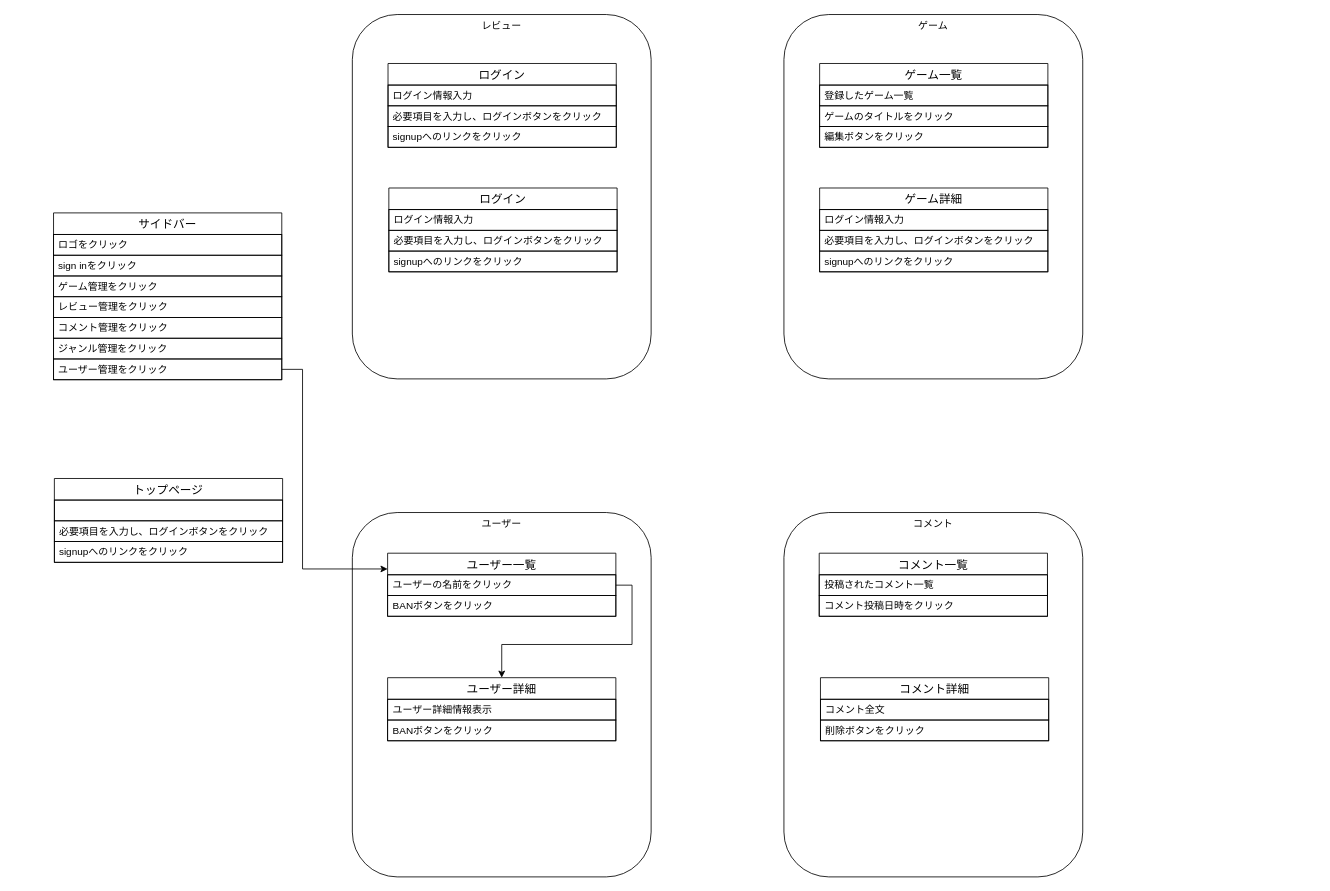
Before: GRG_admin.drawio in kuropAqn/grg, a draw.io diagram. Source tidied: cells renumbered, new cells numbered last; positions are measured from the earlier drawing's top-left corner, leaving out a move shared by most shapes. Both pictures are drawn from the tidied source at 83%, with x=0, y=0 at pixel (53, 14).
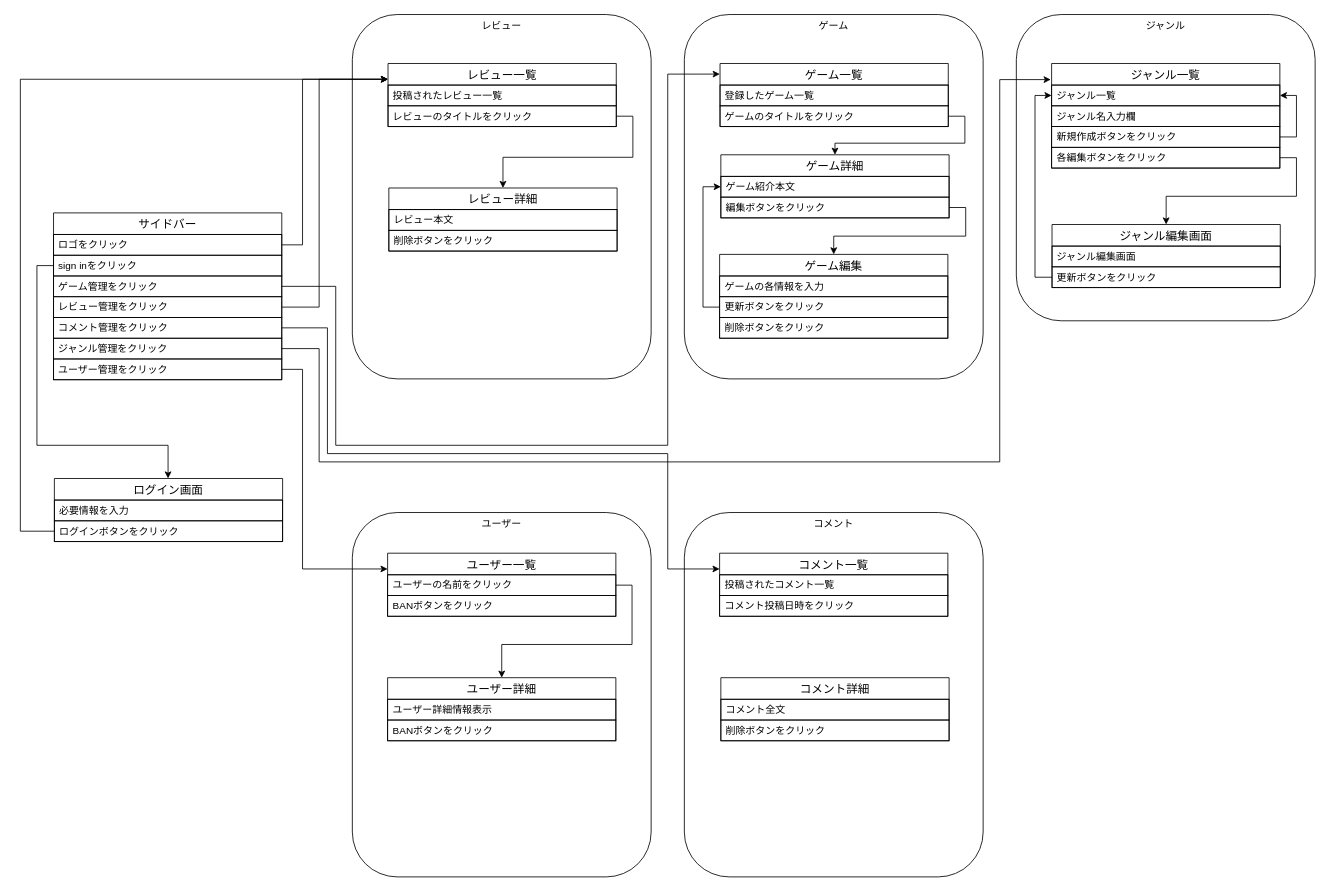
After the change.

Commit message (it also covers changes not shown here):
GRG_admin.drawio を更新します

Unchanged cells that the change refers to:
```xml
<mxCell id="3" value="ロゴをクリック" style="text;strokeColor=default;fillColor=none;spacingLeft=4;spacingRight=4;overflow=hidden;points=[[0,0.5],[1,0.5]];portConstraint=eastwest;fontSize=12;whiteSpace=wrap;html=1;verticalAlign=middle;align=left;" parent="2" vertex="1">
  <mxGeometry y="26" width="275" height="25" as="geometry" />
</mxCell>
<mxCell id="4" value="sign inをクリック" style="text;strokeColor=default;fillColor=none;spacingLeft=4;spacingRight=4;overflow=hidden;points=[[0,0.5],[1,0.5]];portConstraint=eastwest;fontSize=12;whiteSpace=wrap;html=1;verticalAlign=middle;align=left;" parent="2" vertex="1">
  <mxGeometry y="51" width="275" height="25" as="geometry" />
</mxCell>
<mxCell id="5" value="ゲーム管理をクリック" style="text;strokeColor=default;fillColor=none;spacingLeft=4;spacingRight=4;overflow=hidden;points=[[0,0.5],[1,0.5]];portConstraint=eastwest;fontSize=12;whiteSpace=wrap;html=1;verticalAlign=middle;align=left;" parent="2" vertex="1">
  <mxGeometry y="76" width="275" height="25" as="geometry" />
</mxCell>
<mxCell id="6" value="レビュー管理をクリック" style="text;strokeColor=default;fillColor=none;spacingLeft=4;spacingRight=4;overflow=hidden;points=[[0,0.5],[1,0.5]];portConstraint=eastwest;fontSize=12;whiteSpace=wrap;html=1;verticalAlign=middle;align=left;" parent="2" vertex="1">
  <mxGeometry y="101" width="275" height="25" as="geometry" />
</mxCell>
<mxCell id="7" value="コメント管理をクリック" style="text;strokeColor=default;fillColor=none;spacingLeft=4;spacingRight=4;overflow=hidden;points=[[0,0.5],[1,0.5]];portConstraint=eastwest;fontSize=12;whiteSpace=wrap;html=1;verticalAlign=middle;align=left;" parent="2" vertex="1">
  <mxGeometry y="126" width="275" height="25" as="geometry" />
</mxCell>
<mxCell id="8" value="ジャンル管理をクリック" style="text;strokeColor=default;fillColor=none;spacingLeft=4;spacingRight=4;overflow=hidden;points=[[0,0.5],[1,0.5]];portConstraint=eastwest;fontSize=12;whiteSpace=wrap;html=1;verticalAlign=middle;align=left;" parent="2" vertex="1">
  <mxGeometry y="151" width="275" height="25" as="geometry" />
</mxCell>
<mxCell id="32" value="ゲームのタイトルをクリック" style="text;strokeColor=default;fillColor=none;spacingLeft=4;spacingRight=4;overflow=hidden;points=[[0,0.5],[1,0.5]];portConstraint=eastwest;fontSize=12;whiteSpace=wrap;html=1;verticalAlign=middle;align=left;" parent="30" vertex="1">
  <mxGeometry y="51" width="275" height="25" as="geometry" />
</mxCell>
```

Change to the diagram source:
```diff
@@
     <mxCell id="11" value="コメント" style="rounded=1;whiteSpace=wrap;html=1;verticalAlign=top;" parent="1" vertex="1">
-      <mxGeometry x="880" y="600" width="360" height="439" as="geometry" />
+      <mxGeometry x="760" y="600" width="360" height="439" as="geometry" />
     </mxCell>
@@
     <mxCell id="13" value="ゲーム" style="rounded=1;whiteSpace=wrap;html=1;verticalAlign=top;" parent="1" vertex="1">
-      <mxGeometry x="880" width="360" height="439" as="geometry" />
+      <mxGeometry x="760" width="360" height="439" as="geometry" />
     </mxCell>
@@
-    <mxCell id="20" value="ログイン" style="swimlane;fontStyle=0;horizontal=1;startSize=26;align=center;fontSize=14;" parent="1" vertex="1">
-      <mxGeometry x="403" y="59" width="275" height="101" as="geometry" />
+    <mxCell id="20" value="レビュー一覧" style="swimlane;fontStyle=0;horizontal=1;startSize=26;align=center;fontSize=14;" parent="1" vertex="1">
+      <mxGeometry x="403" y="59" width="275" height="76" as="geometry" />
     </mxCell>
-    <mxCell id="21" value="ログイン情報入力" style="text;strokeColor=default;fillColor=none;spacingLeft=4;spacingRight=4;overflow=hidden;fontSize=12;whiteSpace=wrap;html=1;verticalAlign=middle;align=left;" parent="20" vertex="1">
+    <mxCell id="21" value="投稿されたレビュー一覧" style="text;strokeColor=default;fillColor=none;spacingLeft=4;spacingRight=4;overflow=hidden;fontSize=12;whiteSpace=wrap;html=1;verticalAlign=middle;align=left;" parent="20" vertex="1">
       <mxGeometry y="26" width="275" height="25" as="geometry" />
     </mxCell>
-    <mxCell id="22" value="必要項目を入力し、ログインボタンをクリック" style="text;strokeColor=default;fillColor=none;spacingLeft=4;spacingRight=4;overflow=hidden;points=[[0,0.5],[1,0.5]];portConstraint=eastwest;fontSize=12;whiteSpace=wrap;html=1;verticalAlign=middle;align=left;" parent="20" vertex="1">
+    <mxCell id="22" value="レビューのタイトルをクリック" style="text;strokeColor=default;fillColor=none;spacingLeft=4;spacingRight=4;overflow=hidden;points=[[0,0.5],[1,0.5]];portConstraint=eastwest;fontSize=12;whiteSpace=wrap;html=1;verticalAlign=middle;align=left;" parent="20" vertex="1">
       <mxGeometry y="51" width="275" height="25" as="geometry" />
     </mxCell>
-    <mxCell id="23" value="signupへのリンクをクリック" style="text;strokeColor=default;fillColor=none;spacingLeft=4;spacingRight=4;overflow=hidden;fontSize=12;whiteSpace=wrap;html=1;verticalAlign=middle;align=left;" parent="20" vertex="1">
-      <mxGeometry y="76" width="275" height="25" as="geometry" />
-    </mxCell>
-    <mxCell id="24" value="ログイン" style="swimlane;fontStyle=0;horizontal=1;startSize=26;align=center;fontSize=14;" parent="1" vertex="1">
-      <mxGeometry x="404" y="209" width="275" height="101" as="geometry" />
+    <mxCell id="24" value="レビュー詳細" style="swimlane;fontStyle=0;horizontal=1;startSize=26;align=center;fontSize=14;" parent="1" vertex="1">
+      <mxGeometry x="404" y="209" width="275" height="76" as="geometry" />
     </mxCell>
-    <mxCell id="25" value="ログイン情報入力" style="text;strokeColor=default;fillColor=none;spacingLeft=4;spacingRight=4;overflow=hidden;fontSize=12;whiteSpace=wrap;html=1;verticalAlign=middle;align=left;" parent="24" vertex="1">
+    <mxCell id="25" value="レビュー本文" style="text;strokeColor=default;fillColor=none;spacingLeft=4;spacingRight=4;overflow=hidden;fontSize=12;whiteSpace=wrap;html=1;verticalAlign=middle;align=left;" parent="24" vertex="1">
       <mxGeometry y="26" width="275" height="25" as="geometry" />
     </mxCell>
-    <mxCell id="26" value="必要項目を入力し、ログインボタンをクリック" style="text;strokeColor=default;fillColor=none;spacingLeft=4;spacingRight=4;overflow=hidden;fontSize=12;whiteSpace=wrap;html=1;verticalAlign=middle;align=left;" parent="24" vertex="1">
+    <mxCell id="26" value="削除ボタンをクリック" style="text;strokeColor=default;fillColor=none;spacingLeft=4;spacingRight=4;overflow=hidden;fontSize=12;whiteSpace=wrap;html=1;verticalAlign=middle;align=left;" parent="24" vertex="1">
       <mxGeometry y="51" width="275" height="25" as="geometry" />
     </mxCell>
-    <mxCell id="27" value="signupへのリンクをクリック" style="text;strokeColor=default;fillColor=none;spacingLeft=4;spacingRight=4;overflow=hidden;fontSize=12;whiteSpace=wrap;html=1;verticalAlign=middle;align=left;" parent="24" vertex="1">
-      <mxGeometry y="76" width="275" height="25" as="geometry" />
-    </mxCell>
@@
     <mxCell id="30" value="ゲーム一覧" style="swimlane;fontStyle=0;horizontal=1;startSize=26;align=center;fontSize=14;" parent="1" vertex="1">
-      <mxGeometry x="923" y="59" width="275" height="101" as="geometry" />
+      <mxGeometry x="803" y="59" width="275" height="76" as="geometry" />
     </mxCell>
@@
-    <mxCell id="33" value="編集ボタンをクリック" style="text;strokeColor=default;fillColor=none;spacingLeft=4;spacingRight=4;overflow=hidden;fontSize=12;whiteSpace=wrap;html=1;verticalAlign=middle;align=left;" parent="30" vertex="1">
-      <mxGeometry y="76" width="275" height="25" as="geometry" />
-    </mxCell>
     <mxCell id="34" value="ゲーム詳細" style="swimlane;fontStyle=0;horizontal=1;startSize=26;align=center;fontSize=14;" parent="1" vertex="1">
-      <mxGeometry x="923" y="209" width="275" height="101" as="geometry" />
+      <mxGeometry x="804" y="169" width="275" height="76" as="geometry" />
     </mxCell>
-    <mxCell id="35" value="ログイン情報入力" style="text;strokeColor=default;fillColor=none;spacingLeft=4;spacingRight=4;overflow=hidden;points=[[0,0.5],[1,0.5]];portConstraint=eastwest;fontSize=12;whiteSpace=wrap;html=1;verticalAlign=middle;align=left;" parent="34" vertex="1">
+    <mxCell id="35" value="ゲーム紹介本文" style="text;strokeColor=default;fillColor=none;spacingLeft=4;spacingRight=4;overflow=hidden;points=[[0,0.5],[1,0.5]];portConstraint=eastwest;fontSize=12;whiteSpace=wrap;html=1;verticalAlign=middle;align=left;" parent="34" vertex="1">
       <mxGeometry y="26" width="275" height="25" as="geometry" />
     </mxCell>
-    <mxCell id="36" value="必要項目を入力し、ログインボタンをクリック" style="text;strokeColor=default;fillColor=none;spacingLeft=4;spacingRight=4;overflow=hidden;points=[[0,0.5],[1,0.5]];portConstraint=eastwest;fontSize=12;whiteSpace=wrap;html=1;verticalAlign=middle;align=left;" parent="34" vertex="1">
+    <mxCell id="36" value="編集ボタンをクリック" style="text;strokeColor=default;fillColor=none;spacingLeft=4;spacingRight=4;overflow=hidden;points=[[0,0.5],[1,0.5]];portConstraint=eastwest;fontSize=12;whiteSpace=wrap;html=1;verticalAlign=middle;align=left;" parent="34" vertex="1">
       <mxGeometry y="51" width="275" height="25" as="geometry" />
     </mxCell>
-    <mxCell id="37" value="signupへのリンクをクリック" style="text;strokeColor=default;fillColor=none;spacingLeft=4;spacingRight=4;overflow=hidden;fontSize=12;whiteSpace=wrap;html=1;verticalAlign=middle;align=left;" parent="34" vertex="1">
-      <mxGeometry y="76" width="275" height="25" as="geometry" />
-    </mxCell>
-    <mxCell id="38" value="トップページ" style="swimlane;fontStyle=0;horizontal=1;startSize=26;align=center;fontSize=14;" parent="1" vertex="1">
-      <mxGeometry x="1" y="559" width="275" height="101" as="geometry" />
+    <mxCell id="38" value="ログイン画面" style="swimlane;fontStyle=0;horizontal=1;startSize=26;align=center;fontSize=14;" parent="1" vertex="1">
+      <mxGeometry x="1" y="559" width="275" height="76" as="geometry" />
     </mxCell>
-    <mxCell id="39" style="text;strokeColor=default;fillColor=none;spacingLeft=4;spacingRight=4;overflow=hidden;fontSize=12;whiteSpace=wrap;html=1;verticalAlign=middle;align=left;" parent="38" vertex="1">
+    <mxCell id="39" value="必要情報を入力" style="text;strokeColor=default;fillColor=none;spacingLeft=4;spacingRight=4;overflow=hidden;fontSize=12;whiteSpace=wrap;html=1;verticalAlign=middle;align=left;" parent="38" vertex="1">
       <mxGeometry y="26" width="275" height="25" as="geometry" />
     </mxCell>
-    <mxCell id="40" value="必要項目を入力し、ログインボタンをクリック" style="text;strokeColor=default;fillColor=none;spacingLeft=4;spacingRight=4;overflow=hidden;points=[[0,0.5],[1,0.5]];portConstraint=eastwest;fontSize=12;whiteSpace=wrap;html=1;verticalAlign=middle;align=left;" parent="38" vertex="1">
+    <mxCell id="40" value="ログインボタンをクリック" style="text;strokeColor=default;fillColor=none;spacingLeft=4;spacingRight=4;overflow=hidden;points=[[0,0.5],[1,0.5]];portConstraint=eastwest;fontSize=12;whiteSpace=wrap;html=1;verticalAlign=middle;align=left;" parent="38" vertex="1">
       <mxGeometry y="51" width="275" height="25" as="geometry" />
     </mxCell>
-    <mxCell id="41" value="signupへのリンクをクリック" style="text;strokeColor=default;fillColor=none;spacingLeft=4;spacingRight=4;overflow=hidden;fontSize=12;whiteSpace=wrap;html=1;verticalAlign=middle;align=left;" parent="38" vertex="1">
-      <mxGeometry y="76" width="275" height="25" as="geometry" />
-    </mxCell>
     <mxCell id="42" value="コメント一覧" style="swimlane;fontStyle=0;horizontal=1;startSize=26;align=center;fontSize=14;" parent="1" vertex="1">
-      <mxGeometry x="922.5" y="649" width="275" height="76" as="geometry" />
+      <mxGeometry x="802.5" y="649" width="275" height="76" as="geometry" />
     </mxCell>
@@
     <mxCell id="45" value="コメント詳細" style="swimlane;fontStyle=0;horizontal=1;startSize=26;align=center;fontSize=14;" parent="1" vertex="1">
-      <mxGeometry x="924" y="799" width="275" height="76" as="geometry" />
+      <mxGeometry x="804" y="799" width="275" height="76" as="geometry" />
     </mxCell>
@@
+    <mxCell id="48" style="edgeStyle=orthogonalEdgeStyle;rounded=0;jettySize=auto;html=1;exitX=1;exitY=0.5;exitDx=0;exitDy=0;entryX=0.5;entryY=0;entryDx=0;entryDy=0;" parent="1" edge="1" source="22" target="24">
+      <mxGeometry relative="1" as="geometry" />
+    </mxCell>
+    <mxCell id="49" style="edgeStyle=orthogonalEdgeStyle;rounded=0;jettySize=auto;html=1;exitX=1;exitY=0.5;exitDx=0;exitDy=0;entryX=0;entryY=0.25;entryDx=0;entryDy=0;" parent="1" edge="1" source="3" target="20">
+      <mxGeometry relative="1" as="geometry">
+        <Array as="points">
+          <mxPoint x="300" y="278" />
+          <mxPoint x="300" y="78" />
+        </Array>
+      </mxGeometry>
+    </mxCell>
+    <mxCell id="50" style="edgeStyle=orthogonalEdgeStyle;rounded=0;jettySize=auto;html=1;exitX=0;exitY=0.5;exitDx=0;exitDy=0;" parent="1" edge="1" source="4" target="38">
+      <mxGeometry relative="1" as="geometry">
+        <Array as="points">
+          <mxPoint x="-20" y="303" />
+          <mxPoint x="-20" y="519" />
+          <mxPoint x="138" y="519" />
+        </Array>
+      </mxGeometry>
+    </mxCell>
+    <mxCell id="51" style="edgeStyle=orthogonalEdgeStyle;rounded=0;jettySize=auto;html=1;exitX=1;exitY=0.5;exitDx=0;exitDy=0;entryX=-0.001;entryY=0.168;entryDx=0;entryDy=0;entryPerimeter=0;" parent="1" edge="1" source="5" target="30">
+      <mxGeometry relative="1" as="geometry">
+        <Array as="points">
+          <mxPoint x="340" y="328" />
+          <mxPoint x="340" y="519" />
+          <mxPoint x="740" y="519" />
+          <mxPoint x="740" y="72" />
+        </Array>
+      </mxGeometry>
+    </mxCell>
+    <mxCell id="52" style="edgeStyle=orthogonalEdgeStyle;rounded=0;jettySize=auto;html=1;exitX=1;exitY=0.5;exitDx=0;exitDy=0;entryX=0;entryY=0.25;entryDx=0;entryDy=0;" parent="1" edge="1" source="6" target="20">
+      <mxGeometry relative="1" as="geometry">
+        <Array as="points">
+          <mxPoint x="320" y="353" />
+          <mxPoint x="320" y="78" />
+        </Array>
+      </mxGeometry>
+    </mxCell>
+    <mxCell id="53" style="edgeStyle=orthogonalEdgeStyle;rounded=0;jettySize=auto;html=1;exitX=1;exitY=0.5;exitDx=0;exitDy=0;entryX=0;entryY=0.25;entryDx=0;entryDy=0;" parent="1" edge="1" source="7" target="42">
+      <mxGeometry relative="1" as="geometry">
+        <Array as="points">
+          <mxPoint x="330" y="378" />
+          <mxPoint x="330" y="529" />
+          <mxPoint x="740" y="529" />
+          <mxPoint x="740" y="668" />
+        </Array>
+      </mxGeometry>
+    </mxCell>
+    <mxCell id="54" style="edgeStyle=orthogonalEdgeStyle;rounded=0;jettySize=auto;html=1;exitX=0;exitY=0.5;exitDx=0;exitDy=0;entryX=0;entryY=0.25;entryDx=0;entryDy=0;" parent="1" edge="1" source="40" target="20">
+      <mxGeometry relative="1" as="geometry">
+        <Array as="points">
+          <mxPoint x="-40" y="623" />
+          <mxPoint x="-40" y="78" />
+        </Array>
+      </mxGeometry>
+    </mxCell>
+    <mxCell id="55" value="ジャンル" style="rounded=1;whiteSpace=wrap;html=1;verticalAlign=top;" parent="1" vertex="1">
+      <mxGeometry x="1160" width="360" height="369" as="geometry" />
+    </mxCell>
+    <mxCell id="56" style="edgeStyle=orthogonalEdgeStyle;rounded=0;jettySize=auto;html=1;exitX=1;exitY=0.5;exitDx=0;exitDy=0;entryX=0.5;entryY=0;entryDx=0;entryDy=0;" parent="1" edge="1" source="32" target="34">
+      <mxGeometry relative="1" as="geometry" />
+    </mxCell>
+    <mxCell id="57" value="ゲーム編集" style="swimlane;fontStyle=0;horizontal=1;startSize=26;align=center;fontSize=14;" parent="1" vertex="1">
+      <mxGeometry x="802.5" y="289" width="275" height="101" as="geometry" />
+    </mxCell>
+    <mxCell id="58" value="ゲームの各情報を入力" style="text;strokeColor=default;fillColor=none;spacingLeft=4;spacingRight=4;overflow=hidden;fontSize=12;whiteSpace=wrap;html=1;verticalAlign=middle;align=left;" parent="57" vertex="1">
+      <mxGeometry y="26" width="275" height="25" as="geometry" />
+    </mxCell>
+    <mxCell id="59" value="更新ボタンをクリック" style="text;strokeColor=default;fillColor=none;spacingLeft=4;spacingRight=4;overflow=hidden;points=[[0,0.5],[1,0.5]];portConstraint=eastwest;fontSize=12;whiteSpace=wrap;html=1;verticalAlign=middle;align=left;" parent="57" vertex="1">
+      <mxGeometry y="51" width="275" height="25" as="geometry" />
+    </mxCell>
+    <mxCell id="60" value="削除ボタンをクリック" style="text;strokeColor=default;fillColor=none;spacingLeft=4;spacingRight=4;overflow=hidden;fontSize=12;whiteSpace=wrap;html=1;verticalAlign=middle;align=left;" parent="57" vertex="1">
+      <mxGeometry y="76" width="275" height="25" as="geometry" />
+    </mxCell>
+    <mxCell id="61" style="edgeStyle=orthogonalEdgeStyle;rounded=0;jettySize=auto;html=1;exitX=1;exitY=0.5;exitDx=0;exitDy=0;entryX=0.5;entryY=0;entryDx=0;entryDy=0;" parent="1" edge="1" source="36" target="57">
+      <mxGeometry relative="1" as="geometry" />
+    </mxCell>
+    <mxCell id="62" style="edgeStyle=orthogonalEdgeStyle;rounded=0;jettySize=auto;html=1;exitX=0;exitY=0.5;exitDx=0;exitDy=0;entryX=0;entryY=0.5;entryDx=0;entryDy=0;" parent="1" edge="1" source="59" target="35">
+      <mxGeometry relative="1" as="geometry" />
+    </mxCell>
+    <mxCell id="63" value="ジャンル一覧" style="swimlane;fontStyle=0;horizontal=1;startSize=26;align=center;fontSize=14;" parent="1" vertex="1">
+      <mxGeometry x="1202.5" y="59" width="275" height="126" as="geometry" />
+    </mxCell>
+    <mxCell id="64" value="ジャンル一覧" style="text;strokeColor=default;fillColor=none;spacingLeft=4;spacingRight=4;overflow=hidden;points=[[0,0.5],[1,0.5]];portConstraint=eastwest;fontSize=12;whiteSpace=wrap;html=1;verticalAlign=middle;align=left;" parent="63" vertex="1">
+      <mxGeometry y="26" width="275" height="25" as="geometry" />
+    </mxCell>
+    <mxCell id="65" value="ジャンル名入力欄" style="text;strokeColor=default;fillColor=none;spacingLeft=4;spacingRight=4;overflow=hidden;fontSize=12;whiteSpace=wrap;html=1;verticalAlign=middle;align=left;" parent="63" vertex="1">
+      <mxGeometry y="51" width="275" height="25" as="geometry" />
+    </mxCell>
+    <mxCell id="66" style="edgeStyle=orthogonalEdgeStyle;rounded=0;jettySize=auto;html=1;exitX=1;exitY=0.5;exitDx=0;exitDy=0;entryX=1;entryY=0.5;entryDx=0;entryDy=0;" parent="63" edge="1" source="67" target="64">
+      <mxGeometry relative="1" as="geometry" />
+    </mxCell>
+    <mxCell id="67" value="新規作成ボタンをクリック" style="text;strokeColor=default;fillColor=none;spacingLeft=4;spacingRight=4;overflow=hidden;points=[[0,0.5],[1,0.5]];portConstraint=eastwest;fontSize=12;whiteSpace=wrap;html=1;verticalAlign=middle;align=left;" parent="63" vertex="1">
+      <mxGeometry y="76" width="275" height="25" as="geometry" />
+    </mxCell>
+    <mxCell id="68" value="各編集ボタンをクリック" style="text;strokeColor=default;fillColor=none;spacingLeft=4;spacingRight=4;overflow=hidden;points=[[0,0.5],[1,0.5]];portConstraint=eastwest;fontSize=12;whiteSpace=wrap;html=1;verticalAlign=middle;align=left;" parent="63" vertex="1">
+      <mxGeometry y="101" width="275" height="25" as="geometry" />
+    </mxCell>
+    <mxCell id="69" style="edgeStyle=orthogonalEdgeStyle;rounded=0;jettySize=auto;html=1;exitX=1;exitY=0.5;exitDx=0;exitDy=0;entryX=-0.004;entryY=0.154;entryDx=0;entryDy=0;entryPerimeter=0;" parent="1" edge="1" source="8" target="63">
+      <mxGeometry relative="1" as="geometry">
+        <Array as="points">
+          <mxPoint x="320" y="403" />
+          <mxPoint x="320" y="539" />
+          <mxPoint x="1140" y="539" />
+          <mxPoint x="1140" y="78" />
+        </Array>
+      </mxGeometry>
+    </mxCell>
+    <mxCell id="70" value="ジャンル編集画面" style="swimlane;fontStyle=0;horizontal=1;startSize=26;align=center;fontSize=14;" parent="1" vertex="1">
+      <mxGeometry x="1203" y="253" width="275" height="76" as="geometry" />
+    </mxCell>
+    <mxCell id="71" value="ジャンル編集画面" style="text;strokeColor=default;fillColor=none;spacingLeft=4;spacingRight=4;overflow=hidden;fontSize=12;whiteSpace=wrap;html=1;verticalAlign=middle;align=left;" parent="70" vertex="1">
+      <mxGeometry y="26" width="275" height="25" as="geometry" />
+    </mxCell>
+    <mxCell id="72" value="更新ボタンをクリック" style="text;strokeColor=default;fillColor=none;spacingLeft=4;spacingRight=4;overflow=hidden;points=[[0,0.5],[1,0.5]];portConstraint=eastwest;fontSize=12;whiteSpace=wrap;html=1;verticalAlign=middle;align=left;" parent="70" vertex="1">
+      <mxGeometry y="51" width="275" height="25" as="geometry" />
+    </mxCell>
+    <mxCell id="73" style="edgeStyle=orthogonalEdgeStyle;rounded=0;jettySize=auto;html=1;exitX=1;exitY=0.5;exitDx=0;exitDy=0;entryX=0.5;entryY=0;entryDx=0;entryDy=0;" parent="1" edge="1" source="68" target="70">
+      <mxGeometry relative="1" as="geometry" />
+    </mxCell>
+    <mxCell id="74" style="edgeStyle=orthogonalEdgeStyle;rounded=0;jettySize=auto;html=1;exitX=0;exitY=0.5;exitDx=0;exitDy=0;entryX=0;entryY=0.5;entryDx=0;entryDy=0;" parent="1" edge="1" source="72" target="64">
+      <mxGeometry relative="1" as="geometry" />
+    </mxCell>
```
